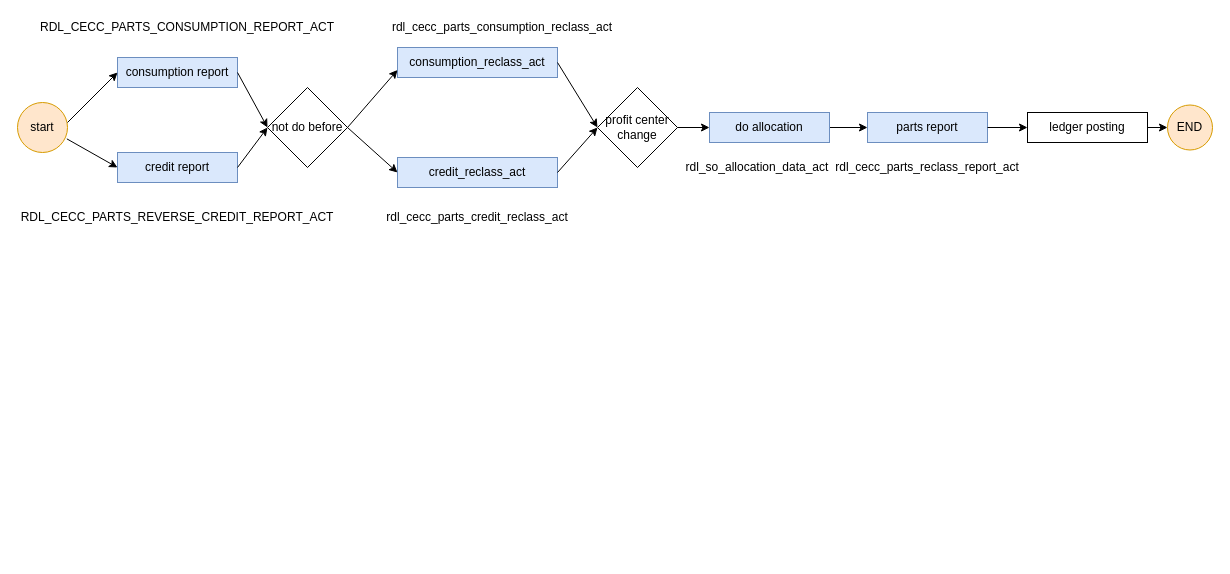
Earlier version of the draw.io diagram src/Untitled Diagram.drawio (zhang-xdl/Crawler). Source tidied: cells renumbered, new cells numbered last; positions are measured from the earlier drawing's top-left corner, leaving out a move shared by most shapes. Both pictures are drawn from the tidied source at 100%, with x=0, y=0 at pixel (17, 17).
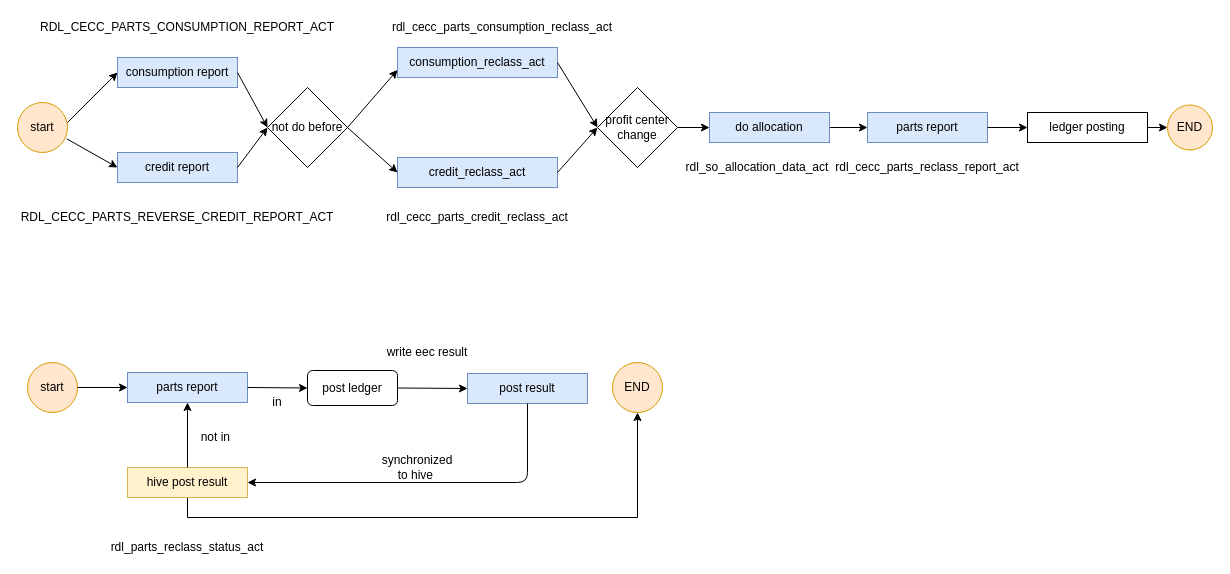
The same diagram, later.

The edit, as a diff of the source:
```diff
@@
+    <mxCell id="31" value="start" style="ellipse;whiteSpace=wrap;html=1;fillColor=#ffe6cc;strokeColor=#d79b00;" parent="1" vertex="1">
+      <mxGeometry x="10" y="345" width="50" height="50" as="geometry" />
+    </mxCell>
+    <mxCell id="32" value="rdl_parts_reclass_status_act" style="text;html=1;strokeColor=none;fillColor=none;align=center;verticalAlign=middle;whiteSpace=wrap;rounded=0;" parent="1" vertex="1">
+      <mxGeometry x="150" y="520" width="40" height="20" as="geometry" />
+    </mxCell>
+    <mxCell id="33" value="parts report" style="rounded=0;whiteSpace=wrap;html=1;fillColor=#dae8fc;strokeColor=#6c8ebf;" parent="1" vertex="1">
+      <mxGeometry x="110" y="355" width="120" height="30" as="geometry" />
+    </mxCell>
+    <mxCell id="34" value="post result" style="rounded=0;whiteSpace=wrap;html=1;fillColor=#dae8fc;strokeColor=#6c8ebf;" parent="1" vertex="1">
+      <mxGeometry x="450" y="356" width="120" height="30" as="geometry" />
+    </mxCell>
+    <mxCell id="35" style="endArrow=classic;html=1;entryX=0;entryY=0.5;entryDx=0;entryDy=0;" parent="1" edge="1" target="33">
+      <mxGeometry relative="1" as="geometry">
+        <mxPoint x="60" y="370" as="sourcePoint" />
+      </mxGeometry>
+    </mxCell>
+    <mxCell id="36" value="END" style="ellipse;whiteSpace=wrap;html=1;fillColor=#ffe6cc;strokeColor=#d79b00;" parent="1" vertex="1">
+      <mxGeometry x="595" y="345" width="50" height="50" as="geometry" />
+    </mxCell>
+    <mxCell id="37" style="edgeStyle=orthogonalEdgeStyle;rounded=0;jettySize=auto;html=1;exitX=0.5;exitY=1;exitDx=0;exitDy=0;entryX=0.5;entryY=1;entryDx=0;entryDy=0;" parent="1" edge="1" source="38" target="36">
+      <mxGeometry relative="1" as="geometry" />
+    </mxCell>
+    <mxCell id="38" value="hive post result" style="rounded=0;whiteSpace=wrap;html=1;fillColor=#fff2cc;strokeColor=#d6b656;" parent="1" vertex="1">
+      <mxGeometry x="110" y="450" width="120" height="30" as="geometry" />
+    </mxCell>
+    <mxCell id="39" style="endArrow=classic;html=1;exitX=0.5;exitY=1;exitDx=0;exitDy=0;entryX=1;entryY=0.5;entryDx=0;entryDy=0;" parent="1" edge="1" source="34" target="38">
+      <mxGeometry relative="1" as="geometry">
+        <Array as="points">
+          <mxPoint x="510" y="465" />
+        </Array>
+      </mxGeometry>
+    </mxCell>
+    <mxCell id="40" value="post ledger" style="rounded=1;whiteSpace=wrap;html=1;" parent="1" vertex="1">
+      <mxGeometry x="290" y="353" width="90" height="35" as="geometry" />
+    </mxCell>
+    <mxCell id="41" style="endArrow=classic;html=1;exitX=1;exitY=0.5;exitDx=0;exitDy=0;entryX=0;entryY=0.5;entryDx=0;entryDy=0;" parent="1" edge="1" source="33" target="40">
+      <mxGeometry relative="1" as="geometry" />
+    </mxCell>
+    <mxCell id="42" style="endArrow=classic;html=1;exitX=1;exitY=0.5;exitDx=0;exitDy=0;entryX=0;entryY=0.5;entryDx=0;entryDy=0;" parent="1" edge="1" source="40" target="34">
+      <mxGeometry relative="1" as="geometry" />
+    </mxCell>
+    <mxCell id="43" value="synchronized to hive&amp;nbsp;" style="text;html=1;strokeColor=none;fillColor=none;align=center;verticalAlign=middle;whiteSpace=wrap;rounded=0;" parent="1" vertex="1">
+      <mxGeometry x="360" y="440" width="80" height="20" as="geometry" />
+    </mxCell>
+    <mxCell id="44" style="endArrow=classic;html=1;exitX=0.5;exitY=0;exitDx=0;exitDy=0;entryX=0.5;entryY=1;entryDx=0;entryDy=0;" parent="1" edge="1" source="38" target="33">
+      <mxGeometry relative="1" as="geometry" />
+    </mxCell>
+    <mxCell id="45" value="not in&amp;nbsp;" style="text;html=1;strokeColor=none;fillColor=none;align=center;verticalAlign=middle;whiteSpace=wrap;rounded=0;" parent="1" vertex="1">
+      <mxGeometry x="180" y="410" width="40" height="20" as="geometry" />
+    </mxCell>
+    <mxCell id="46" value="in" style="text;html=1;strokeColor=none;fillColor=none;align=center;verticalAlign=middle;whiteSpace=wrap;rounded=0;" parent="1" vertex="1">
+      <mxGeometry x="240" y="375" width="40" height="20" as="geometry" />
+    </mxCell>
+    <mxCell id="47" value="write eec result" style="text;html=1;strokeColor=none;fillColor=none;align=center;verticalAlign=middle;whiteSpace=wrap;rounded=0;" parent="1" vertex="1">
+      <mxGeometry x="360" y="325" width="100" height="20" as="geometry" />
+    </mxCell>
```
